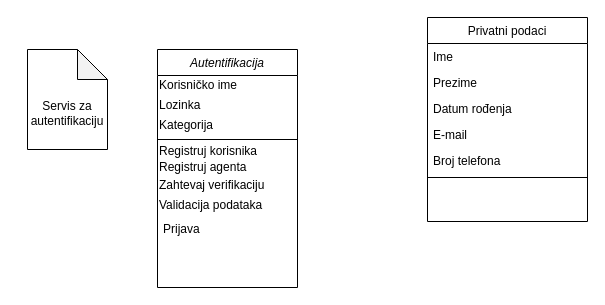
Above: page "Servis za autentifikaciju" (1 of 10) of Dijagrami.drawio in andjelijaa/XML-projekat (draw.io), before the change. Source tidied: cells renumbered, new cells numbered last; positions are measured from the earlier drawing's top-left corner, leaving out a move shared by most shapes. Both pictures are drawn from the tidied source at 100%, with x=0, y=0 at pixel (17, 17).
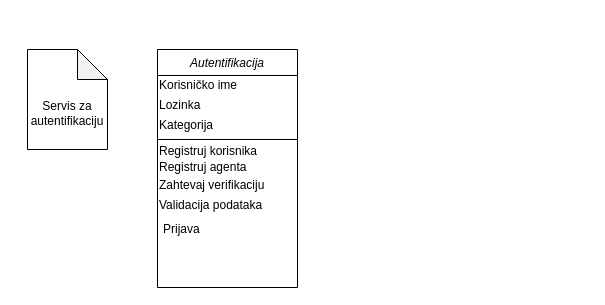
Above is the later version.

Diff of the diagram source:
```diff
@@
-    <mxCell id="12" value="Privatni podaci" style="swimlane;fontStyle=0;align=center;verticalAlign=top;horizontal=1;startSize=26;rounded=0;shadow=0;strokeWidth=1;" parent="1" vertex="1">
-      <mxGeometry x="410" width="160" height="204" as="geometry" />
-    </mxCell>
-    <mxCell id="13" value="Ime" style="text;align=left;verticalAlign=top;spacingLeft=4;spacingRight=4;overflow=hidden;" parent="12" vertex="1">
-      <mxGeometry y="26" width="160" height="26" as="geometry" />
-    </mxCell>
-    <mxCell id="14" value="Prezime" style="text;align=left;verticalAlign=top;spacingLeft=4;spacingRight=4;overflow=hidden;rounded=0;shadow=0;html=0;" parent="12" vertex="1">
-      <mxGeometry y="52" width="160" height="26" as="geometry" />
-    </mxCell>
-    <mxCell id="15" value="Datum rođenja" style="text;align=left;verticalAlign=top;spacingLeft=4;spacingRight=4;overflow=hidden;rounded=0;shadow=0;html=0;" parent="12" vertex="1">
-      <mxGeometry y="78" width="160" height="26" as="geometry" />
-    </mxCell>
-    <mxCell id="16" value="E-mail" style="text;align=left;verticalAlign=top;spacingLeft=4;spacingRight=4;overflow=hidden;rounded=0;shadow=0;html=0;" parent="12" vertex="1">
-      <mxGeometry y="104" width="160" height="26" as="geometry" />
-    </mxCell>
-    <mxCell id="17" value="Broj telefona" style="text;align=left;verticalAlign=top;spacingLeft=4;spacingRight=4;overflow=hidden;rounded=0;shadow=0;html=0;" parent="12" vertex="1">
-      <mxGeometry y="130" width="160" height="26" as="geometry" />
-    </mxCell>
-    <mxCell id="18" style="line;html=1;strokeWidth=1;align=left;verticalAlign=middle;spacingTop=-1;spacingLeft=3;spacingRight=3;labelPosition=right;" parent="12" vertex="1">
-      <mxGeometry y="156" width="160" height="8" as="geometry" />
-    </mxCell>
```
